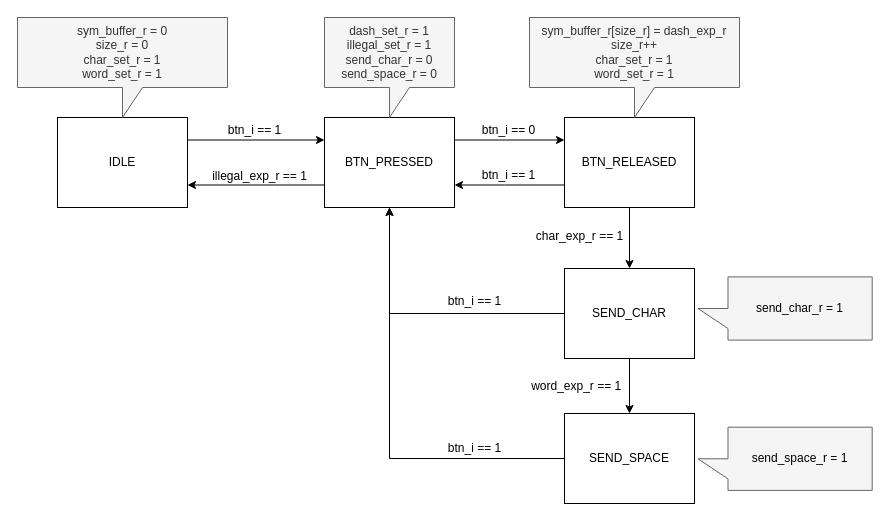
Above: docs/symbol_rx.drawio in WongFoo001/morse_decoder (draw.io), before the change. Source tidied: cells renumbered, new cells numbered last; positions are measured from the earlier drawing's top-left corner, leaving out a move shared by most shapes. Both pictures are drawn from the tidied source at 100%, with x=0, y=0 at pixel (17, 17).
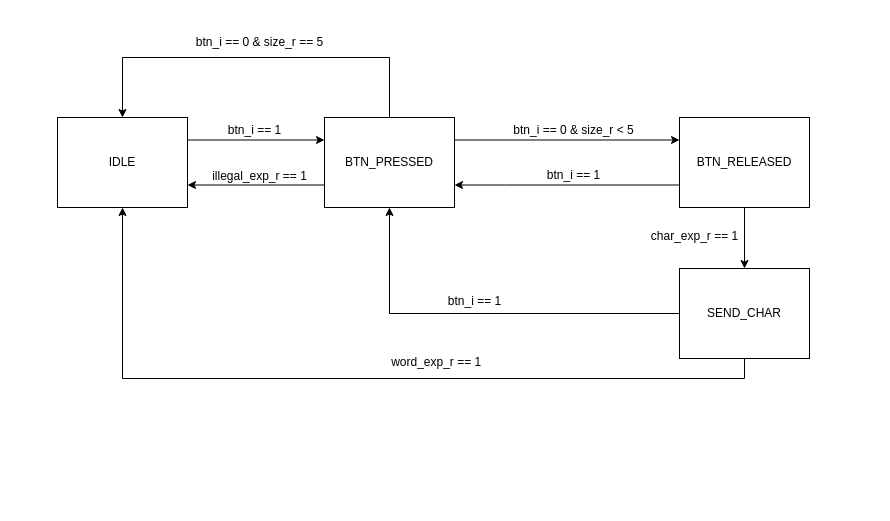
The same page after the edit.

Commit message (it also covers changes not shown here):
Update symbol_rx FSM diagram. First iteration of implementation complete.

Unchanged cells that the change refers to:
```xml
<mxCell id="4" value="IDLE" style="rounded=0;whiteSpace=wrap;html=1;" parent="1" vertex="1">
  <mxGeometry x="40" y="100" width="130" height="90" as="geometry" />
</mxCell>
<mxCell id="7" value="BTN_PRESSED" style="rounded=0;whiteSpace=wrap;html=1;" parent="1" vertex="1">
  <mxGeometry x="307" y="100" width="130" height="90" as="geometry" />
</mxCell>
```

Diff of the diagram source:
```diff
@@
-    <mxCell id="2" style="shape=callout;whiteSpace=wrap;html=1;perimeter=calloutPerimeter;fillColor=#f5f5f5;fontColor=#333333;strokeColor=#666666;rotation=90;" parent="1" vertex="1">
-      <mxGeometry x="736" y="354.2" width="63.2" height="174.2" as="geometry" />
-    </mxCell>
@@
+    <mxCell id="30" style="edgeStyle=orthogonalEdgeStyle;rounded=0;jettySize=auto;html=1;exitX=0.5;exitY=0;exitDx=0;exitDy=0;entryX=0.5;entryY=0;entryDx=0;entryDy=0;" parent="1" edge="1" source="7" target="4">
+      <mxGeometry relative="1" as="geometry">
+        <Array as="points">
+          <mxPoint x="372" y="40" />
+          <mxPoint x="105" y="40" />
+        </Array>
+      </mxGeometry>
+    </mxCell>
@@
     <mxCell id="10" value="BTN_RELEASED" style="rounded=0;whiteSpace=wrap;html=1;" parent="1" vertex="1">
-      <mxGeometry x="547" y="100" width="130" height="90" as="geometry" />
+      <mxGeometry x="662" y="100" width="130" height="90" as="geometry" />
     </mxCell>
@@
-    <mxCell id="12" value="dash_set_r = 1&lt;div&gt;illegal_set_r = 1&lt;/div&gt;&lt;div&gt;send_char_r = 0&lt;/div&gt;&lt;div&gt;send_space_r = 0&lt;/div&gt;" style="shape=callout;whiteSpace=wrap;html=1;perimeter=calloutPerimeter;fillColor=#f5f5f5;fontColor=#333333;strokeColor=#666666;" parent="1" vertex="1">
-      <mxGeometry x="307" width="130" height="100" as="geometry" />
-    </mxCell>
-    <mxCell id="13" value="btn_i == 0" style="text;html=1;align=center;verticalAlign=middle;strokeColor=none;fillColor=none;" parent="1" vertex="1">
-      <mxGeometry x="451" y="98" width="80" height="30" as="geometry" />
+    <mxCell id="13" value="btn_i == 0 &amp;amp; size_r &amp;lt; 5" style="text;html=1;align=center;verticalAlign=middle;strokeColor=none;fillColor=none;" parent="1" vertex="1">
+      <mxGeometry x="486" y="98" width="140" height="30" as="geometry" />
     </mxCell>
-    <mxCell id="14" value="&lt;div&gt;sym_buffer_r[size_r] = dash_exp_r&lt;/div&gt;&lt;div&gt;size_r++&lt;/div&gt;char_set_r = 1&lt;div&gt;word_set_r = 1&lt;/div&gt;" style="shape=callout;whiteSpace=wrap;html=1;perimeter=calloutPerimeter;fillColor=#f5f5f5;fontColor=#333333;strokeColor=#666666;" parent="1" vertex="1">
-      <mxGeometry x="512" width="210" height="100" as="geometry" />
-    </mxCell>
@@
-    <mxCell id="16" style="edgeStyle=orthogonalEdgeStyle;rounded=0;jettySize=auto;html=1;exitX=0.5;exitY=1;exitDx=0;exitDy=0;entryX=0.5;entryY=0;entryDx=0;entryDy=0;" parent="1" edge="1" source="18" target="21">
+    <mxCell id="16" style="edgeStyle=orthogonalEdgeStyle;rounded=0;jettySize=auto;html=1;exitX=0.5;exitY=1;exitDx=0;exitDy=0;entryX=0.5;entryY=1;entryDx=0;entryDy=0;" parent="1" edge="1" source="18" target="4">
       <mxGeometry relative="1" as="geometry" />
     </mxCell>
@@
     <mxCell id="18" value="SEND_CHAR" style="rounded=0;whiteSpace=wrap;html=1;" parent="1" vertex="1">
-      <mxGeometry x="547" y="251" width="130" height="90" as="geometry" />
+      <mxGeometry x="662" y="251" width="130" height="90" as="geometry" />
     </mxCell>
     <mxCell id="19" value="char_exp_r == 1" style="text;html=1;align=center;verticalAlign=middle;strokeColor=none;fillColor=none;" parent="1" vertex="1">
-      <mxGeometry x="507" y="204" width="110" height="30" as="geometry" />
+      <mxGeometry x="622" y="204" width="110" height="30" as="geometry" />
     </mxCell>
-    <mxCell id="20" style="edgeStyle=orthogonalEdgeStyle;rounded=0;jettySize=auto;html=1;exitX=0;exitY=0.5;exitDx=0;exitDy=0;entryX=0.5;entryY=1;entryDx=0;entryDy=0;" parent="1" edge="1" source="21" target="7">
-      <mxGeometry relative="1" as="geometry" />
-    </mxCell>
-    <mxCell id="21" value="SEND_SPACE" style="rounded=0;whiteSpace=wrap;html=1;" parent="1" vertex="1">
-      <mxGeometry x="547" y="396" width="130" height="90" as="geometry" />
-    </mxCell>
     <mxCell id="22" value="&amp;nbsp;word_exp_r == 1" style="text;html=1;align=center;verticalAlign=middle;strokeColor=none;fillColor=none;" parent="1" vertex="1">
-      <mxGeometry x="497" y="354.2" width="120" height="30" as="geometry" />
+      <mxGeometry x="357" y="330" width="120" height="30" as="geometry" />
     </mxCell>
     <mxCell id="23" value="btn_i == 1" style="text;html=1;align=center;verticalAlign=middle;strokeColor=none;fillColor=none;" parent="1" vertex="1">
-      <mxGeometry x="451" y="143" width="80" height="30" as="geometry" />
+      <mxGeometry x="516" y="143" width="80" height="30" as="geometry" />
     </mxCell>
-    <mxCell id="24" value="btn_i == 1" style="text;html=1;align=center;verticalAlign=middle;strokeColor=none;fillColor=none;" parent="1" vertex="1">
-      <mxGeometry x="417" y="416" width="80" height="30" as="geometry" />
-    </mxCell>
-    <mxCell id="25" value="&lt;div&gt;sym_buffer_r = 0&lt;/div&gt;&lt;div&gt;size_r = 0&lt;/div&gt;char_set_r = 1&lt;div&gt;word_set_r = 1&lt;/div&gt;" style="shape=callout;whiteSpace=wrap;html=1;perimeter=calloutPerimeter;fillColor=#f5f5f5;fontColor=#333333;strokeColor=#666666;" parent="1" vertex="1">
-      <mxGeometry width="210" height="100" as="geometry" />
-    </mxCell>
@@
-    <mxCell id="27" style="shape=callout;whiteSpace=wrap;html=1;perimeter=calloutPerimeter;fillColor=#f5f5f5;fontColor=#333333;strokeColor=#666666;rotation=90;" parent="1" vertex="1">
-      <mxGeometry x="736" y="203.9" width="63.2" height="174.2" as="geometry" />
-    </mxCell>
-    <mxCell id="28" value="send_char_r = 1" style="text;html=1;align=center;verticalAlign=middle;strokeColor=none;fillColor=none;" parent="1" vertex="1">
-      <mxGeometry x="727" y="276" width="110" height="30" as="geometry" />
-    </mxCell>
-    <mxCell id="29" value="send_space_r = 1" style="text;html=1;align=center;verticalAlign=middle;strokeColor=none;fillColor=none;" parent="1" vertex="1">
-      <mxGeometry x="722" y="426.4" width="120" height="30" as="geometry" />
-    </mxCell>
+    <mxCell id="31" value="btn_i == 0 &amp;amp; size_r == 5" style="text;html=1;align=center;verticalAlign=middle;strokeColor=none;fillColor=none;" parent="1" vertex="1">
+      <mxGeometry x="167" y="10" width="150" height="30" as="geometry" />
+    </mxCell>
```
